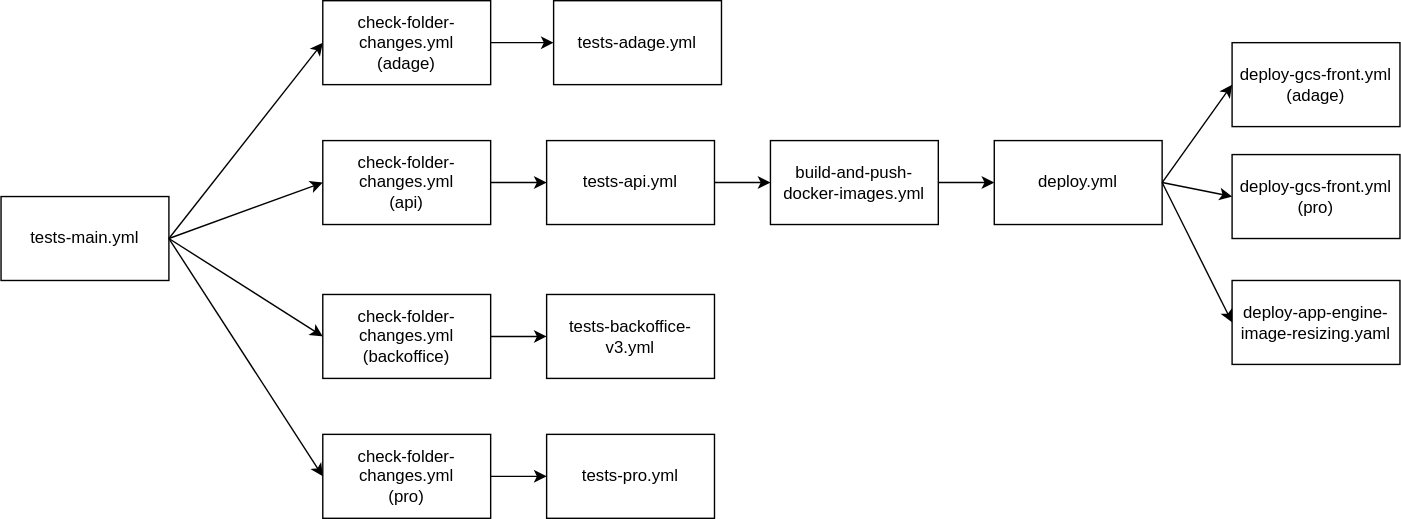
This is .github/workflows/img/test-main.drawio.svg from pass-culture/pass-culture-main, a draw.io export, as it was before one commit. Source tidied: cells renumbered, new cells last; positions are measured from the earlier drawing's top-left corner, leaving out a move shared by most shapes.
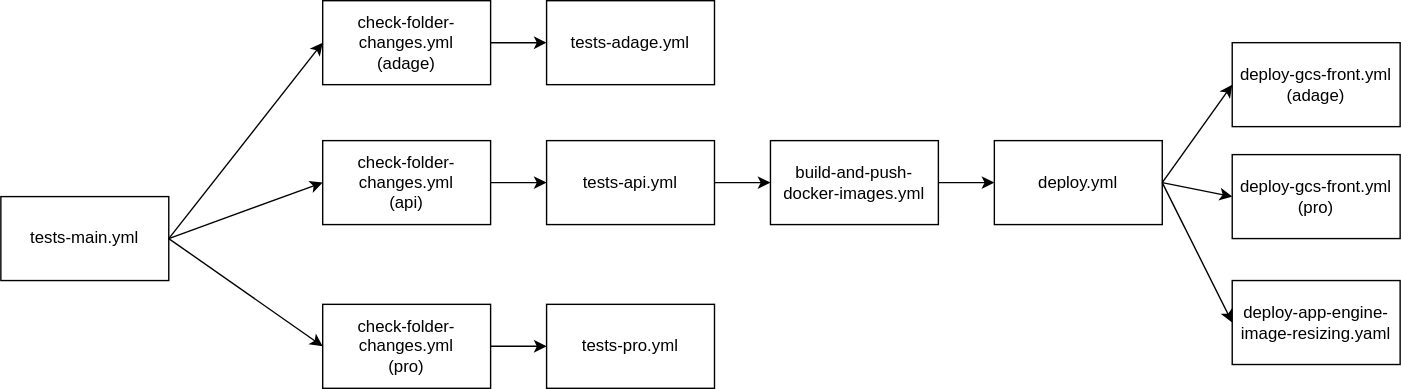
Above is the later version.

Change to the diagram source:
```diff
@@ -11,23 +11,17 @@
     <mxCell id="4" value="check-folder-changes.yml&lt;br&gt;&lt;div&gt;(api)&lt;/div&gt;" style="whiteSpace=wrap;html=1;" parent="1" vertex="1">
       <mxGeometry x="230" y="100" width="120" height="60" as="geometry" />
     </mxCell>
-    <mxCell id="5" value="check-folder-changes.yml&lt;br&gt;&lt;div&gt;(backoffice)&lt;/div&gt;" style="whiteSpace=wrap;html=1;" parent="1" vertex="1">
-      <mxGeometry x="230" y="210" width="120" height="60" as="geometry" />
-    </mxCell>
     <mxCell id="6" value="check-folder-changes.yml&lt;br&gt;&lt;div&gt;(pro)&lt;/div&gt;" style="whiteSpace=wrap;html=1;" parent="1" vertex="1">
-      <mxGeometry x="230" y="310" width="120" height="60" as="geometry" />
+      <mxGeometry x="230" y="217" width="120" height="60" as="geometry" />
     </mxCell>
     <mxCell id="7" value="tests-adage.yml" style="whiteSpace=wrap;html=1;" parent="1" vertex="1">
-      <mxGeometry x="395" width="120" height="60" as="geometry" />
+      <mxGeometry x="390" width="120" height="60" as="geometry" />
     </mxCell>
     <mxCell id="8" value="tests-api.yml" style="whiteSpace=wrap;html=1;" parent="1" vertex="1">
       <mxGeometry x="390" y="100" width="120" height="60" as="geometry" />
     </mxCell>
-    <mxCell id="9" value="tests-backoffice-v3.yml" style="whiteSpace=wrap;html=1;" parent="1" vertex="1">
-      <mxGeometry x="390" y="210" width="120" height="60" as="geometry" />
-    </mxCell>
     <mxCell id="10" value="tests-pro.yml" style="whiteSpace=wrap;html=1;" parent="1" vertex="1">
-      <mxGeometry x="390" y="310" width="120" height="60" as="geometry" />
+      <mxGeometry x="390" y="217" width="120" height="60" as="geometry" />
     </mxCell>
     <mxCell id="11" value="build-and-push-docker-images.yml" style="whiteSpace=wrap;html=1;" parent="1" vertex="1">
       <mxGeometry x="550" y="100" width="120" height="60" as="geometry" />
@@ -50,9 +44,6 @@
     <mxCell id="17" style="endArrow=classic;html=1;rounded=0;exitX=1;exitY=0.5;exitDx=0;exitDy=0;entryX=0;entryY=0.5;entryDx=0;entryDy=0;" parent="1" edge="1" source="2" target="4">
       <mxGeometry relative="1" as="geometry" />
     </mxCell>
-    <mxCell id="18" style="endArrow=classic;html=1;rounded=0;exitX=1;exitY=0.5;exitDx=0;exitDy=0;entryX=0;entryY=0.5;entryDx=0;entryDy=0;" parent="1" edge="1" source="2" target="5">
-      <mxGeometry relative="1" as="geometry" />
-    </mxCell>
     <mxCell id="19" style="endArrow=classic;html=1;rounded=0;exitX=1;exitY=0.5;exitDx=0;exitDy=0;entryX=0;entryY=0.5;entryDx=0;entryDy=0;" parent="1" edge="1" source="2" target="6">
       <mxGeometry relative="1" as="geometry" />
     </mxCell>
@@ -62,9 +53,6 @@
     <mxCell id="21" style="endArrow=classic;html=1;rounded=0;exitX=1;exitY=0.5;exitDx=0;exitDy=0;entryX=0;entryY=0.5;entryDx=0;entryDy=0;" parent="1" edge="1" source="4" target="8">
       <mxGeometry relative="1" as="geometry" />
     </mxCell>
-    <mxCell id="22" style="endArrow=classic;html=1;rounded=0;exitX=1;exitY=0.5;exitDx=0;exitDy=0;entryX=0;entryY=0.5;entryDx=0;entryDy=0;" parent="1" edge="1" source="5" target="9">
-      <mxGeometry relative="1" as="geometry" />
-    </mxCell>
     <mxCell id="23" style="endArrow=classic;html=1;rounded=0;exitX=1;exitY=0.5;exitDx=0;exitDy=0;entryX=0;entryY=0.5;entryDx=0;entryDy=0;" parent="1" edge="1" source="6" target="10">
       <mxGeometry relative="1" as="geometry" />
     </mxCell>
```
